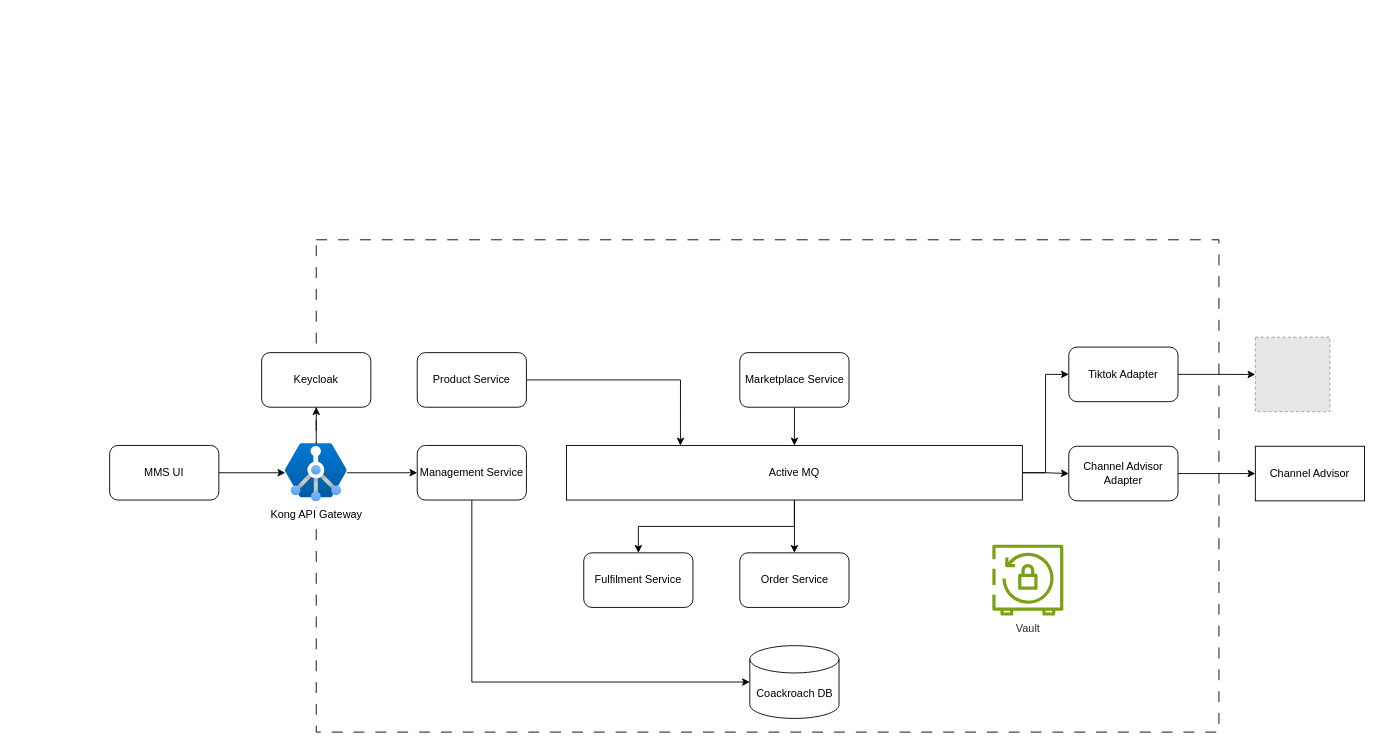
Before: page "Page-16" (16 of 16) of hibernate.drawio in minhtran-q/hibernate-knowledge, a draw.io diagram. Source tidied: cells renumbered, new cells numbered last; positions are measured from the earlier drawing's top-left corner, leaving out a move shared by most shapes. Both pictures are drawn from the tidied source at 91%, with x=0, y=0 at pixel (109, 239). Pictures stored in the file or linked from it are replaced by grey dashed boxes.
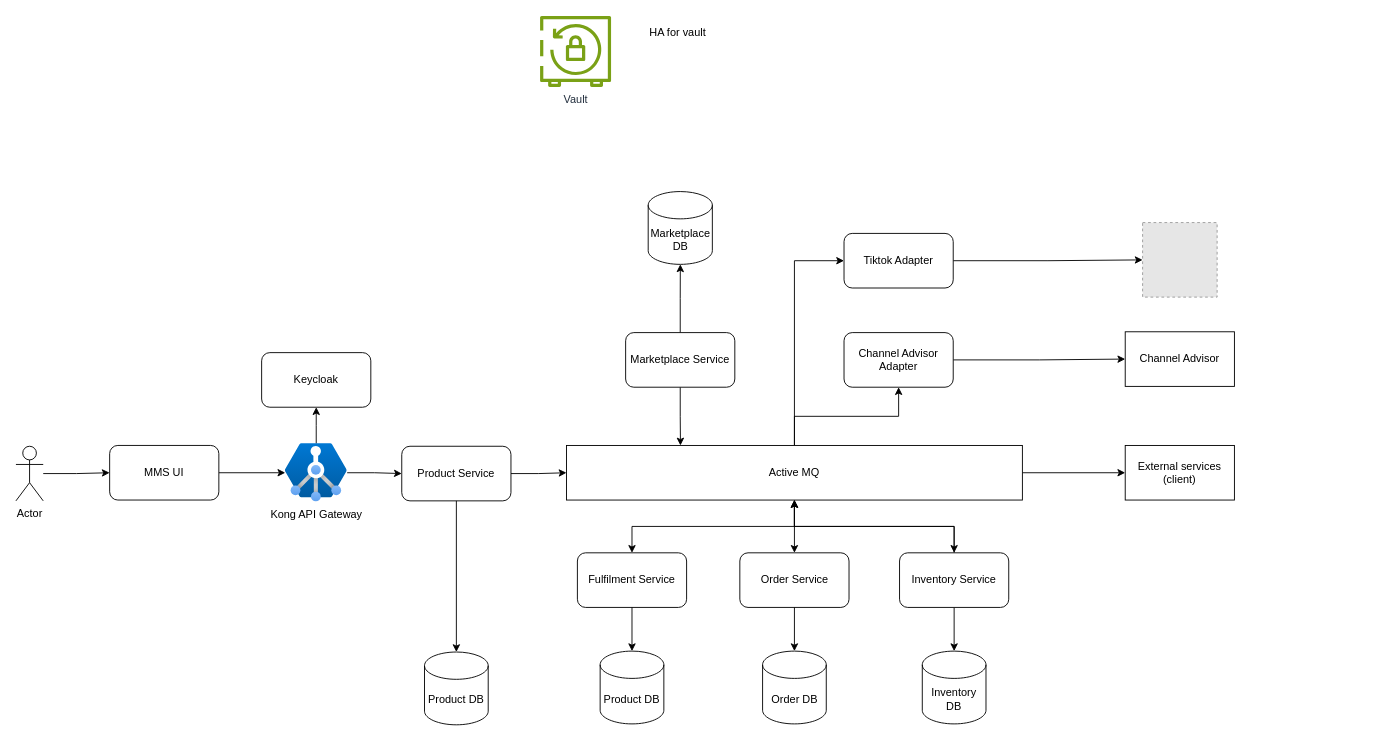
Above is the later version.

Unchanged cells that the change refers to:
```xml
<mxCell id="8" value="MMS UI" style="rounded=1;whiteSpace=wrap;html=1;" parent="1" vertex="1">
  <mxGeometry y="226" width="120" height="60" as="geometry" />
</mxCell>
<mxCell id="11" value="Kong API Gateway" style="image;html=1;points=[];align=center;fontSize=12;image=img/lib/azure2/networking/Application_Gateway_Containers.svg;" parent="1" vertex="1">
  <mxGeometry x="193" y="223.9" width="68" height="64.2" as="geometry" />
</mxCell>
<mxCell id="22" value="&lt;span&gt;&lt;span dir=&quot;ltr&quot; class=&quot;ui-provider a b c d e f g h i j k l m n o p q r s t u v w x y z ab ac ae af ag ah ai aj ak&quot;&gt;Order Service&lt;/span&gt;&lt;/span&gt;" style="rounded=1;whiteSpace=wrap;html=1;" parent="1" vertex="1">
  <mxGeometry x="692.5" y="344" width="120" height="60" as="geometry" />
</mxCell>
<mxCell id="28" value="Active MQ" style="rounded=0;whiteSpace=wrap;html=1;" parent="1" vertex="1">
  <mxGeometry x="502" y="226" width="501" height="60" as="geometry" />
</mxCell>
```

Change to the diagram source:
```diff
@@
-    <mxCell id="2" style="rounded=0;whiteSpace=wrap;html=1;dashed=1;dashPattern=12 12;" parent="1" vertex="1">
-      <mxGeometry x="227" width="992" height="541" as="geometry" />
-    </mxCell>
@@
     <mxCell id="4" value="Tiktok Adapter" style="rounded=1;whiteSpace=wrap;html=1;" parent="1" vertex="1">
-      <mxGeometry x="1054" y="117.9" width="120" height="60" as="geometry" />
+      <mxGeometry x="807" y="-7" width="120" height="60" as="geometry" />
     </mxCell>
@@
     <mxCell id="6" value="Channel Advisor Adapter" style="rounded=1;whiteSpace=wrap;html=1;" parent="1" vertex="1">
-      <mxGeometry x="1054" y="226.9" width="120" height="60" as="geometry" />
+      <mxGeometry x="807" y="102" width="120" height="60" as="geometry" />
     </mxCell>
@@
-    <mxCell id="9" style="edgeStyle=orthogonalEdgeStyle;rounded=0;jettySize=auto;html=1;" parent="1" edge="1" source="11" target="16">
-      <mxGeometry relative="1" as="geometry" />
-    </mxCell>
@@
+    <mxCell id="30" style="edgeStyle=orthogonalEdgeStyle;rounded=0;jettySize=auto;html=1;" parent="1" edge="1" source="11" target="13">
+      <mxGeometry relative="1" as="geometry" />
+    </mxCell>
@@
-    <mxCell id="12" style="edgeStyle=orthogonalEdgeStyle;rounded=0;jettySize=auto;html=1;entryX=0.25;entryY=0;entryDx=0;entryDy=0;" parent="1" edge="1" source="13" target="28">
+    <mxCell id="12" style="edgeStyle=orthogonalEdgeStyle;rounded=0;jettySize=auto;html=1;" parent="1" edge="1" source="13" target="28">
       <mxGeometry relative="1" as="geometry" />
     </mxCell>
     <mxCell id="13" value="Product Service" style="rounded=1;whiteSpace=wrap;html=1;" parent="1" vertex="1">
-      <mxGeometry x="338" y="124" width="120" height="60" as="geometry" />
+      <mxGeometry x="321" y="226.9" width="120" height="60" as="geometry" />
     </mxCell>
@@
     <mxCell id="15" value="&lt;span&gt;&lt;span dir=&quot;ltr&quot; class=&quot;ui-provider a b c d e f g h i j k l m n o p q r s t u v w x y z ab ac ae af ag ah ai aj ak&quot;&gt;Fulfilment Service&lt;/span&gt;&lt;/span&gt;" style="rounded=1;whiteSpace=wrap;html=1;" parent="1" vertex="1">
-      <mxGeometry x="521" y="344" width="120" height="60" as="geometry" />
+      <mxGeometry x="514" y="344" width="120" height="60" as="geometry" />
     </mxCell>
-    <mxCell id="16" value="Management Service" style="rounded=1;whiteSpace=wrap;html=1;" parent="1" vertex="1">
-      <mxGeometry x="338" y="226" width="120" height="60" as="geometry" />
-    </mxCell>
-    <mxCell id="17" style="edgeStyle=orthogonalEdgeStyle;rounded=0;jettySize=auto;html=1;" parent="1" edge="1" source="18" target="28">
+    <mxCell id="17" style="edgeStyle=orthogonalEdgeStyle;rounded=0;jettySize=auto;html=1;entryX=0.25;entryY=0;entryDx=0;entryDy=0;" parent="1" edge="1" source="18" target="28">
       <mxGeometry relative="1" as="geometry" />
     </mxCell>
+    <mxCell id="31" style="edgeStyle=orthogonalEdgeStyle;rounded=0;jettySize=auto;html=1;" parent="1" edge="1" source="18" target="48">
+      <mxGeometry relative="1" as="geometry" />
+    </mxCell>
     <mxCell id="18" value="&lt;span&gt;&lt;span dir=&quot;ltr&quot; class=&quot;ui-provider a b c d e f g h i j k l m n o p q r s t u v w x y z ab ac ae af ag ah ai aj ak&quot;&gt;Marketplace Service&lt;/span&gt;&lt;/span&gt;" style="rounded=1;whiteSpace=wrap;html=1;" parent="1" vertex="1">
-      <mxGeometry x="692.5" y="124" width="120" height="60" as="geometry" />
+      <mxGeometry x="567" y="102" width="120" height="60" as="geometry" />
     </mxCell>
-    <mxCell id="19" value="Coackroach DB" style="shape=cylinder3;whiteSpace=wrap;html=1;boundedLbl=1;backgroundOutline=1;size=15;" parent="1" vertex="1">
-      <mxGeometry x="703.5" y="446" width="98" height="80" as="geometry" />
-    </mxCell>
     <mxCell id="20" value="Vault" style="sketch=0;fontColor=#232F3E;gradientColor=none;fillColor=#7AA116;strokeColor=none;dashed=0;verticalLabelPosition=bottom;verticalAlign=top;align=center;html=1;fontSize=12;fontStyle=0;shape=mxgraph.aws4.aws_backup_vault_lock;" parent="1" vertex="1">
-      <mxGeometry x="970" y="335" width="78" height="78" as="geometry" />
+      <mxGeometry x="473" y="-246" width="78" height="78" as="geometry" />
     </mxCell>
     <mxCell id="21" style="fillColor=#E6E6E6;strokeColor=#999999;dashed=1;html=1;verticalAlign=top;verticalLabelPosition=bottom;labelBackgroundColor=#ffffff;" parent="1" vertex="1">
-      <mxGeometry x="1259" y="107" width="81.9" height="81.9" as="geometry" />
+      <mxGeometry x="1135.1" y="-18.9" width="81.9" height="81.9" as="geometry" />
     </mxCell>
@@
     <mxCell id="23" value="Channel Advisor" style="rounded=0;whiteSpace=wrap;html=1;" parent="1" vertex="1">
-      <mxGeometry x="1259" y="226.9" width="120" height="60" as="geometry" />
+      <mxGeometry x="1116" y="101.1" width="120" height="60" as="geometry" />
     </mxCell>
@@
-    <mxCell id="27" style="edgeStyle=orthogonalEdgeStyle;rounded=0;jettySize=auto;html=1;" parent="1" edge="1" source="28" target="15">
+    <mxCell id="27" style="edgeStyle=orthogonalEdgeStyle;rounded=0;jettySize=auto;html=1;strokeColor=default;align=center;verticalAlign=middle;fontFamily=Helvetica;fontSize=11;fontColor=default;labelBackgroundColor=default;startArrow=classic;startFill=1;endArrow=classic;" parent="1" edge="1" source="28" target="15">
       <mxGeometry relative="1" as="geometry" />
     </mxCell>
+    <mxCell id="32" style="edgeStyle=orthogonalEdgeStyle;rounded=0;jettySize=auto;html=1;" parent="1" edge="1" source="28" target="36">
+      <mxGeometry relative="1" as="geometry" />
+    </mxCell>
@@
-    <mxCell id="29" style="edgeStyle=orthogonalEdgeStyle;rounded=0;jettySize=auto;html=1;entryX=0;entryY=0.5;entryDx=0;entryDy=0;entryPerimeter=0;" parent="1" edge="1" source="16" target="19">
-      <mxGeometry relative="1" as="geometry">
-        <Array as="points">
-          <mxPoint x="398" y="486" />
-        </Array>
-      </mxGeometry>
-    </mxCell>
+    <mxCell id="33" style="edgeStyle=orthogonalEdgeStyle;rounded=0;jettySize=auto;html=1;" parent="1" edge="1" source="34" target="8">
+      <mxGeometry relative="1" as="geometry" />
+    </mxCell>
+    <mxCell id="34" value="Actor" style="shape=umlActor;verticalLabelPosition=bottom;verticalAlign=top;html=1;outlineConnect=0;" parent="1" vertex="1">
+      <mxGeometry x="-103" y="226.9" width="30" height="60" as="geometry" />
+    </mxCell>
+    <mxCell id="35" value="HA for vault" style="text;html=1;align=center;verticalAlign=middle;whiteSpace=wrap;rounded=0;" parent="1" vertex="1">
+      <mxGeometry x="549" y="-242" width="151" height="30" as="geometry" />
+    </mxCell>
+    <mxCell id="36" value="External services&lt;div&gt;(client)&lt;/div&gt;" style="rounded=0;whiteSpace=wrap;html=1;" parent="1" vertex="1">
+      <mxGeometry x="1116" y="226" width="120" height="60" as="geometry" />
+    </mxCell>
+    <mxCell id="37" style="edgeStyle=orthogonalEdgeStyle;rounded=0;jettySize=auto;html=1;entryX=0.5;entryY=1;entryDx=0;entryDy=0;" parent="1" edge="1" source="40" target="28">
+      <mxGeometry relative="1" as="geometry" />
+    </mxCell>
+    <mxCell id="38" style="edgeStyle=orthogonalEdgeStyle;rounded=0;jettySize=auto;html=1;strokeColor=default;align=center;verticalAlign=middle;fontFamily=Helvetica;fontSize=11;fontColor=default;labelBackgroundColor=default;startArrow=classic;startFill=1;endArrow=classic;" parent="1" edge="1" source="40" target="28">
+      <mxGeometry relative="1" as="geometry" />
+    </mxCell>
+    <mxCell id="39" style="edgeStyle=orthogonalEdgeStyle;rounded=0;jettySize=auto;html=1;" parent="1" edge="1" source="40" target="44">
+      <mxGeometry relative="1" as="geometry" />
+    </mxCell>
+    <mxCell id="40" value="&lt;span&gt;&lt;span dir=&quot;ltr&quot; class=&quot;ui-provider a b c d e f g h i j k l m n o p q r s t u v w x y z ab ac ae af ag ah ai aj ak&quot;&gt;Inventory Service&lt;/span&gt;&lt;/span&gt;" style="rounded=1;whiteSpace=wrap;html=1;" parent="1" vertex="1">
+      <mxGeometry x="868" y="344" width="120" height="60" as="geometry" />
+    </mxCell>
+    <mxCell id="41" value="Product DB" style="shape=cylinder3;whiteSpace=wrap;html=1;boundedLbl=1;backgroundOutline=1;size=15;" parent="1" vertex="1">
+      <mxGeometry x="346" y="453" width="70" height="80" as="geometry" />
+    </mxCell>
+    <mxCell id="42" style="edgeStyle=orthogonalEdgeStyle;rounded=0;jettySize=auto;html=1;entryX=0.5;entryY=0;entryDx=0;entryDy=0;entryPerimeter=0;" parent="1" edge="1" source="13" target="41">
+      <mxGeometry relative="1" as="geometry" />
+    </mxCell>
+    <mxCell id="43" value="Order DB" style="shape=cylinder3;whiteSpace=wrap;html=1;boundedLbl=1;backgroundOutline=1;size=15;" parent="1" vertex="1">
+      <mxGeometry x="717.5" y="452" width="70" height="80" as="geometry" />
+    </mxCell>
+    <mxCell id="44" value="Inventory DB" style="shape=cylinder3;whiteSpace=wrap;html=1;boundedLbl=1;backgroundOutline=1;size=15;" parent="1" vertex="1">
+      <mxGeometry x="893" y="452" width="70" height="80" as="geometry" />
+    </mxCell>
+    <mxCell id="45" value="Product DB" style="shape=cylinder3;whiteSpace=wrap;html=1;boundedLbl=1;backgroundOutline=1;size=15;" parent="1" vertex="1">
+      <mxGeometry x="539" y="452" width="70" height="80" as="geometry" />
+    </mxCell>
+    <mxCell id="46" style="edgeStyle=orthogonalEdgeStyle;rounded=0;jettySize=auto;html=1;entryX=0.5;entryY=0;entryDx=0;entryDy=0;entryPerimeter=0;" parent="1" edge="1" source="15" target="45">
+      <mxGeometry relative="1" as="geometry" />
+    </mxCell>
+    <mxCell id="47" style="edgeStyle=orthogonalEdgeStyle;rounded=0;jettySize=auto;html=1;entryX=0.5;entryY=0;entryDx=0;entryDy=0;entryPerimeter=0;" parent="1" edge="1" source="22" target="43">
+      <mxGeometry relative="1" as="geometry" />
+    </mxCell>
+    <mxCell id="48" value="Marketplace DB" style="shape=cylinder3;whiteSpace=wrap;html=1;boundedLbl=1;backgroundOutline=1;size=15;" parent="1" vertex="1">
+      <mxGeometry x="591.8" y="-53" width="70.5" height="80" as="geometry" />
+    </mxCell>
```
